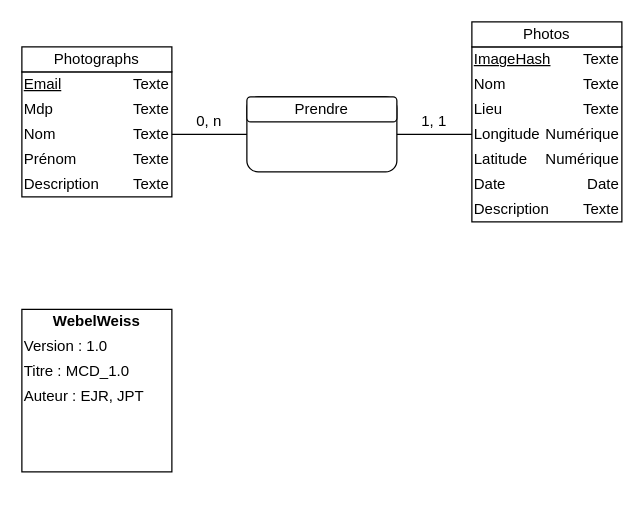
Before: Documentation/Diagrammes/BDD/MCD_0.1.drawio in NicolasGlassey/PROJWEB_WEBELWEISS, a draw.io diagram. Source tidied: cells renumbered, new cells numbered last; positions are measured from the earlier drawing's top-left corner, leaving out a move shared by most shapes. Both pictures are drawn from the tidied source at 125%, with x=0, y=0 at pixel (21, 21).
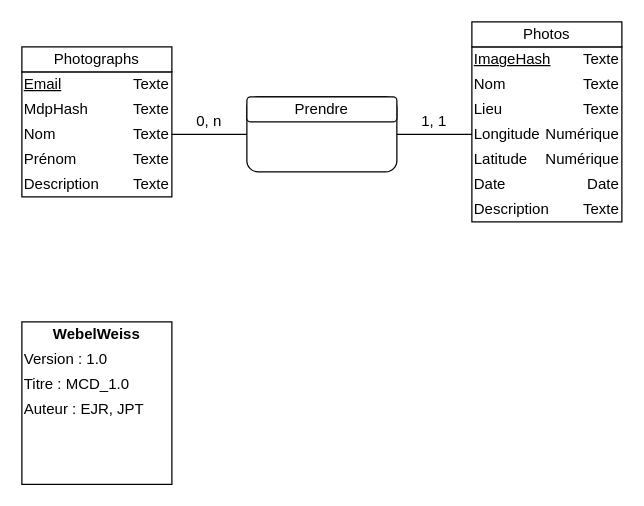
Above is the later version.

Commit message (it also covers changes not shown here):
fin du MCD

The change refers to these unchanged cells:
```xml
<mxCell id="2" style="group;" parent="1" vertex="1">
  <mxGeometry y="20" width="120" height="120" as="geometry" />
</mxCell>
```

What changed in the source:
```diff
@@
-    <mxCell id="15" value="Mdp" style="text;html=1;strokeColor=none;fillColor=none;align=left;verticalAlign=middle;whiteSpace=wrap;rounded=0;" parent="2" vertex="1">
+    <mxCell id="15" value="MdpHash" style="text;html=1;strokeColor=none;fillColor=none;align=left;verticalAlign=middle;whiteSpace=wrap;rounded=0;" parent="2" vertex="1">
       <mxGeometry y="40" width="40" height="20" as="geometry" />
     </mxCell>
@@
     <mxCell id="40" style="rounded=0;whiteSpace=wrap;html=1;" parent="1" vertex="1">
-      <mxGeometry y="230" width="120" height="130" as="geometry" />
+      <mxGeometry y="240" width="120" height="130" as="geometry" />
     </mxCell>
     <mxCell id="41" value="&lt;b&gt;WebelWeiss&lt;/b&gt;" style="text;html=1;strokeColor=none;fillColor=none;align=center;verticalAlign=middle;whiteSpace=wrap;rounded=0;" parent="1" vertex="1">
-      <mxGeometry y="230" width="120" height="20" as="geometry" />
+      <mxGeometry y="240" width="120" height="20" as="geometry" />
     </mxCell>
     <mxCell id="42" value="Version : 1.0" style="text;html=1;strokeColor=none;fillColor=none;align=left;verticalAlign=middle;whiteSpace=wrap;rounded=0;" parent="1" vertex="1">
-      <mxGeometry y="250" width="120" height="20" as="geometry" />
+      <mxGeometry y="260" width="120" height="20" as="geometry" />
     </mxCell>
     <mxCell id="43" value="Titre : MCD_1.0" style="text;html=1;strokeColor=none;fillColor=none;align=left;verticalAlign=middle;whiteSpace=wrap;rounded=0;" parent="1" vertex="1">
-      <mxGeometry y="270" width="120" height="20" as="geometry" />
+      <mxGeometry y="280" width="120" height="20" as="geometry" />
     </mxCell>
     <mxCell id="44" value="Auteur : EJR, JPT" style="text;html=1;strokeColor=none;fillColor=none;align=left;verticalAlign=middle;whiteSpace=wrap;rounded=0;" parent="1" vertex="1">
-      <mxGeometry y="290" width="120" height="20" as="geometry" />
+      <mxGeometry y="300" width="120" height="20" as="geometry" />
     </mxCell>
```
